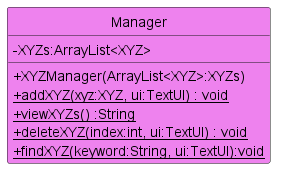
nus-cs2113-AY2223S2/tp keeps this PlantUML diagram as docs/uml/images/Manager.png. Above is the earlier version. Its diagram source:
```plantuml
@startuml
!include Style.puml

class Manager MANAGER_COLOR{
    - XYZs:ArrayList<XYZ>
    + XYZManager(ArrayList<XYZ>:XYZs)
    + {static} addXYZ(xyz:XYZ, ui:TextUI) : void
    + {static} viewXYZs() :String
    + {static} deleteXYZ(index:int, ui:TextUI) : void
    + {static} findXYZ(keyword:String, ui:TextUI):void
}

@enduml
```
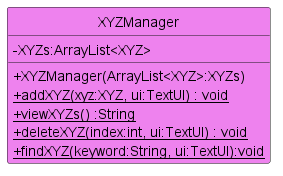
The same diagram one commit later.

What changed in the source:
```diff
@@ -1,7 +1,7 @@
 @startuml
 !include Style.puml
 
-class Manager MANAGER_COLOR{
+class XYZManager MANAGER_COLOR{
     - XYZs:ArrayList<XYZ>
     + XYZManager(ArrayList<XYZ>:XYZs)
     + {static} addXYZ(xyz:XYZ, ui:TextUI) : void
```
